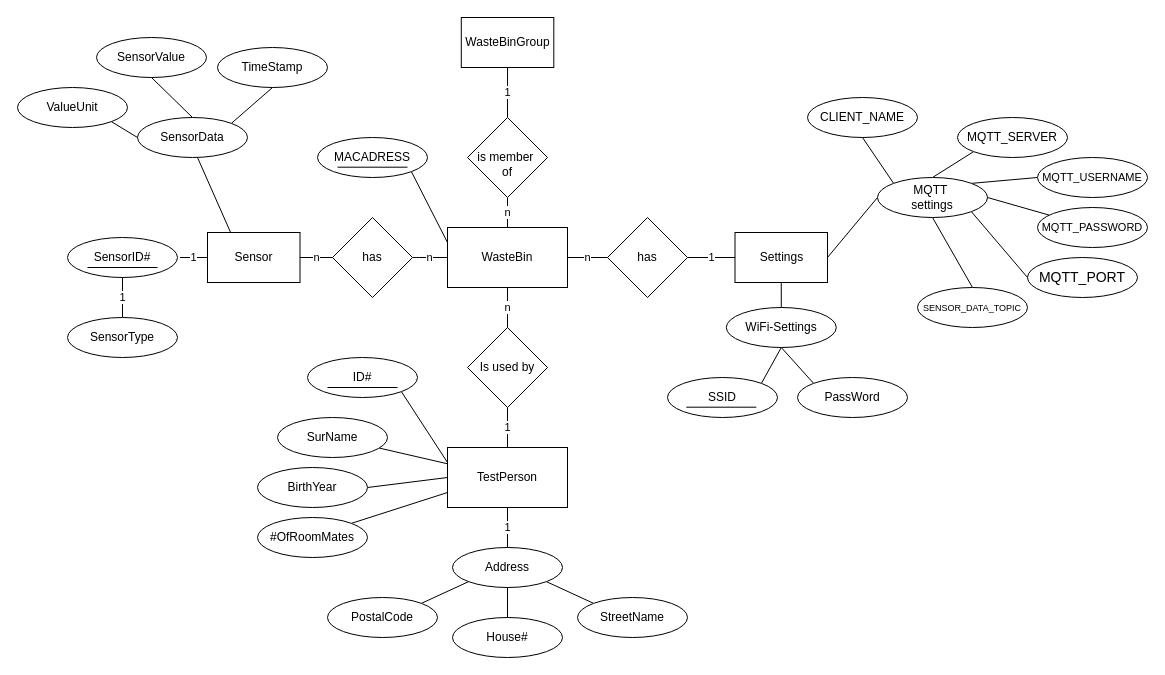
This is WasteBinDBER.drawio from Casperdroid5/IoT-WasteBin-prototype, a draw.io file, before an edit. Source tidied: cells renumbered, new cells numbered last; positions are measured from the earlier drawing's top-left corner, leaving out a move shared by most shapes. Both pictures are drawn from the tidied source at 100%, with x=0, y=0 at pixel (17, 17).
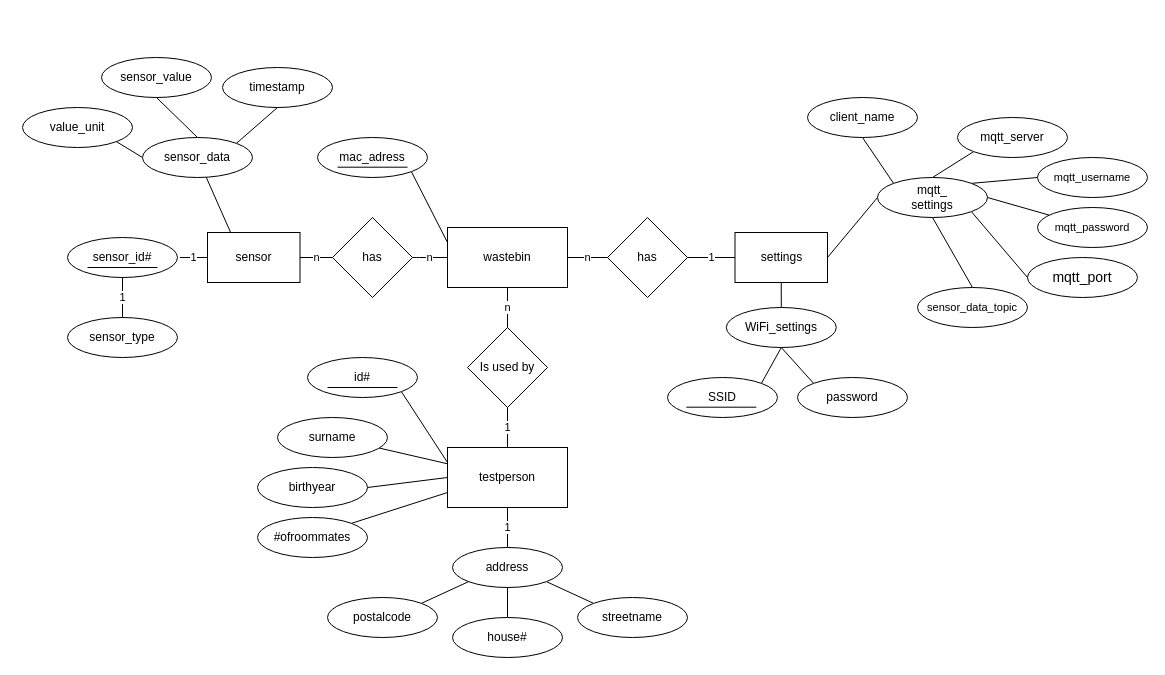
The same diagram, later.

Commit message (it also covers changes not shown here):
changed database to new draw.io design

What changed in the source:
```diff
@@
-    <mxCell id="2" value="n" style="edgeStyle=none;html=1;exitX=0.5;exitY=0;exitDx=0;exitDy=0;entryX=0.5;entryY=1;entryDx=0;entryDy=0;endArrow=none;endFill=0;" parent="1" edge="1" source="5" target="7">
-      <mxGeometry x="0.01" relative="1" as="geometry" />
-    </mxCell>
@@
-    <mxCell id="5" value="WasteBin" style="rounded=0;whiteSpace=wrap;html=1;" parent="1" vertex="1">
+    <mxCell id="5" value="wastebin" style="rounded=0;whiteSpace=wrap;html=1;" parent="1" vertex="1">
       <mxGeometry x="430" y="210" width="120" height="60" as="geometry" />
     </mxCell>
-    <mxCell id="6" value="1" style="edgeStyle=none;html=1;exitX=0.5;exitY=0;exitDx=0;exitDy=0;entryX=0.5;entryY=1;entryDx=0;entryDy=0;endArrow=none;endFill=0;" parent="1" edge="1" source="7" target="53">
-      <mxGeometry relative="1" as="geometry" />
-    </mxCell>
-    <mxCell id="7" value="&amp;nbsp;&lt;br&gt;is member&amp;nbsp;&lt;br&gt;of" style="rhombus;whiteSpace=wrap;html=1;" parent="1" vertex="1">
-      <mxGeometry x="450" y="100" width="80" height="80" as="geometry" />
-    </mxCell>
@@
-    <mxCell id="9" value="MACADRESS" style="ellipse;whiteSpace=wrap;html=1;" parent="1" vertex="1">
+    <mxCell id="9" value="mac_adress" style="ellipse;whiteSpace=wrap;html=1;" parent="1" vertex="1">
       <mxGeometry x="300" y="120" width="110" height="40" as="geometry" />
     </mxCell>
@@
-    <mxCell id="11" value="CLIENT_NAME" style="ellipse;whiteSpace=wrap;html=1;" parent="1" vertex="1">
+    <mxCell id="11" value="client_name" style="ellipse;whiteSpace=wrap;html=1;" parent="1" vertex="1">
       <mxGeometry x="790" y="80" width="110" height="40" as="geometry" />
     </mxCell>
@@
-    <mxCell id="15" value="TestPerson" style="rounded=0;whiteSpace=wrap;html=1;" parent="1" vertex="1">
+    <mxCell id="15" value="testperson" style="rounded=0;whiteSpace=wrap;html=1;" parent="1" vertex="1">
       <mxGeometry x="430" y="430" width="120" height="60" as="geometry" />
     </mxCell>
-    <mxCell id="16" value="ID#" style="ellipse;whiteSpace=wrap;html=1;" parent="1" vertex="1">
+    <mxCell id="16" value="id#" style="ellipse;whiteSpace=wrap;html=1;" parent="1" vertex="1">
       <mxGeometry x="290" y="340" width="110" height="40" as="geometry" />
     </mxCell>
@@
-    <mxCell id="18" value="SurName" style="ellipse;whiteSpace=wrap;html=1;" parent="1" vertex="1">
+    <mxCell id="18" value="surname" style="ellipse;whiteSpace=wrap;html=1;" parent="1" vertex="1">
       <mxGeometry x="260" y="400" width="110" height="40" as="geometry" />
     </mxCell>
@@
-    <mxCell id="20" value="BirthYear" style="ellipse;whiteSpace=wrap;html=1;" parent="1" vertex="1">
+    <mxCell id="20" value="birthyear" style="ellipse;whiteSpace=wrap;html=1;" parent="1" vertex="1">
       <mxGeometry x="240" y="450" width="110" height="40" as="geometry" />
     </mxCell>
@@
-    <mxCell id="22" value="#OfRoomMates" style="ellipse;whiteSpace=wrap;html=1;" parent="1" vertex="1">
+    <mxCell id="22" value="#ofroommates" style="ellipse;whiteSpace=wrap;html=1;" parent="1" vertex="1">
       <mxGeometry x="240" y="500" width="110" height="40" as="geometry" />
     </mxCell>
@@
-    <mxCell id="24" value="StreetName" style="ellipse;whiteSpace=wrap;html=1;" parent="1" vertex="1">
+    <mxCell id="24" value="streetname" style="ellipse;whiteSpace=wrap;html=1;" parent="1" vertex="1">
       <mxGeometry x="560" y="580" width="110" height="40" as="geometry" />
     </mxCell>
@@
-    <mxCell id="26" value="Address" style="ellipse;whiteSpace=wrap;html=1;" parent="1" vertex="1">
+    <mxCell id="26" value="address" style="ellipse;whiteSpace=wrap;html=1;" parent="1" vertex="1">
       <mxGeometry x="435" y="530" width="110" height="40" as="geometry" />
     </mxCell>
@@
-    <mxCell id="28" value="House#" style="ellipse;whiteSpace=wrap;html=1;" parent="1" vertex="1">
+    <mxCell id="28" value="house#" style="ellipse;whiteSpace=wrap;html=1;" parent="1" vertex="1">
       <mxGeometry x="435" y="600" width="110" height="40" as="geometry" />
     </mxCell>
@@
-    <mxCell id="30" value="PostalCode" style="ellipse;whiteSpace=wrap;html=1;" parent="1" vertex="1">
+    <mxCell id="30" value="postalcode" style="ellipse;whiteSpace=wrap;html=1;" parent="1" vertex="1">
       <mxGeometry x="310" y="580" width="110" height="40" as="geometry" />
     </mxCell>
@@
-    <mxCell id="36" value="MQTT&amp;nbsp;&lt;br&gt;settings" style="ellipse;whiteSpace=wrap;html=1;" parent="1" vertex="1">
+    <mxCell id="36" value="mqtt_&lt;br&gt;settings" style="ellipse;whiteSpace=wrap;html=1;" parent="1" vertex="1">
       <mxGeometry x="860" y="160" width="110" height="40" as="geometry" />
     </mxCell>
@@
-    <mxCell id="40" value="MQTT_SERVER" style="ellipse;whiteSpace=wrap;html=1;" parent="1" vertex="1">
+    <mxCell id="40" value="mqtt_server" style="ellipse;whiteSpace=wrap;html=1;" parent="1" vertex="1">
       <mxGeometry x="940" y="100" width="110" height="40" as="geometry" />
     </mxCell>
-    <mxCell id="41" value="&lt;font style=&quot;font-size: 11px;&quot;&gt;MQTT_USERNAME&lt;/font&gt;" style="ellipse;whiteSpace=wrap;html=1;" parent="1" vertex="1">
+    <mxCell id="41" value="&lt;font style=&quot;font-size: 11px;&quot;&gt;mqtt_username&lt;/font&gt;" style="ellipse;whiteSpace=wrap;html=1;" parent="1" vertex="1">
       <mxGeometry x="1020" y="140" width="110" height="40" as="geometry" />
     </mxCell>
@@
-    <mxCell id="43" value="&lt;font style=&quot;font-size: 11px;&quot;&gt;MQTT_PASSWORD&lt;/font&gt;" style="ellipse;whiteSpace=wrap;html=1;" parent="1" vertex="1">
+    <mxCell id="43" value="&lt;span style=&quot;font-size: 11px;&quot;&gt;mqtt_password&lt;/span&gt;" style="ellipse;whiteSpace=wrap;html=1;" parent="1" vertex="1">
       <mxGeometry x="1020" y="190" width="110" height="40" as="geometry" />
     </mxCell>
-    <mxCell id="44" value="&lt;font style=&quot;font-size: 14px;&quot;&gt;MQTT_PORT&lt;/font&gt;" style="ellipse;whiteSpace=wrap;html=1;" parent="1" vertex="1">
+    <mxCell id="44" value="&lt;font style=&quot;font-size: 14px;&quot;&gt;mqtt_port&lt;/font&gt;" style="ellipse;whiteSpace=wrap;html=1;" parent="1" vertex="1">
       <mxGeometry x="1010" y="240" width="110" height="40" as="geometry" />
     </mxCell>
-    <mxCell id="45" value="&lt;font style=&quot;font-size: 9px;&quot;&gt;SENSOR_DATA_TOPIC&lt;/font&gt;" style="ellipse;whiteSpace=wrap;html=1;" parent="1" vertex="1">
+    <mxCell id="45" value="&lt;font style=&quot;font-size: 11px;&quot;&gt;sensor_data_topic&lt;/font&gt;" style="ellipse;whiteSpace=wrap;html=1;" parent="1" vertex="1">
       <mxGeometry x="900" y="270" width="110" height="40" as="geometry" />
     </mxCell>
@@
-    <mxCell id="49" value="PassWord" style="ellipse;whiteSpace=wrap;html=1;" parent="1" vertex="1">
+    <mxCell id="49" value="password" style="ellipse;whiteSpace=wrap;html=1;" parent="1" vertex="1">
       <mxGeometry x="780" y="360" width="110" height="40" as="geometry" />
     </mxCell>
@@
-    <mxCell id="51" value="Settings" style="rounded=0;whiteSpace=wrap;html=1;" parent="1" vertex="1">
+    <mxCell id="51" value="settings" style="rounded=0;whiteSpace=wrap;html=1;" parent="1" vertex="1">
       <mxGeometry x="717.5" y="215" width="92.5" height="50" as="geometry" />
     </mxCell>
-    <mxCell id="52" value="WiFi-Settings" style="ellipse;whiteSpace=wrap;html=1;" parent="1" vertex="1">
+    <mxCell id="52" value="WiFi_settings" style="ellipse;whiteSpace=wrap;html=1;" parent="1" vertex="1">
       <mxGeometry x="708.8" y="290" width="110" height="40" as="geometry" />
     </mxCell>
-    <mxCell id="53" value="WasteBinGroup" style="rounded=0;whiteSpace=wrap;html=1;" parent="1" vertex="1">
-      <mxGeometry x="443.8" width="92.5" height="50" as="geometry" />
-    </mxCell>
@@
-    <mxCell id="59" value="Sensor" style="rounded=0;whiteSpace=wrap;html=1;" parent="1" vertex="1">
+    <mxCell id="59" value="sensor" style="rounded=0;whiteSpace=wrap;html=1;" parent="1" vertex="1">
       <mxGeometry x="190" y="215" width="92.5" height="50" as="geometry" />
     </mxCell>
-    <mxCell id="60" value="SensorID#" style="ellipse;whiteSpace=wrap;html=1;" parent="1" vertex="1">
+    <mxCell id="60" value="sensor_id#" style="ellipse;whiteSpace=wrap;html=1;" parent="1" vertex="1">
       <mxGeometry x="50" y="220" width="110" height="40" as="geometry" />
     </mxCell>
@@
-    <mxCell id="63" value="SensorType" style="ellipse;whiteSpace=wrap;html=1;" parent="1" vertex="1">
+    <mxCell id="63" value="sensor_type" style="ellipse;whiteSpace=wrap;html=1;" parent="1" vertex="1">
       <mxGeometry x="50" y="300" width="110" height="40" as="geometry" />
     </mxCell>
-    <mxCell id="64" value="SensorValue" style="ellipse;whiteSpace=wrap;html=1;" parent="1" vertex="1">
-      <mxGeometry x="79" y="20" width="110" height="40" as="geometry" />
+    <mxCell id="64" value="sensor_value" style="ellipse;whiteSpace=wrap;html=1;" parent="1" vertex="1">
+      <mxGeometry x="84" y="40" width="110" height="40" as="geometry" />
     </mxCell>
-    <mxCell id="65" value="ValueUnit" style="ellipse;whiteSpace=wrap;html=1;" parent="1" vertex="1">
-      <mxGeometry y="70" width="110" height="40" as="geometry" />
+    <mxCell id="65" value="value_unit" style="ellipse;whiteSpace=wrap;html=1;" parent="1" vertex="1">
+      <mxGeometry x="5" y="90" width="110" height="40" as="geometry" />
     </mxCell>
-    <mxCell id="66" value="TimeStamp" style="ellipse;whiteSpace=wrap;html=1;" parent="1" vertex="1">
-      <mxGeometry x="200" y="30" width="110" height="40" as="geometry" />
+    <mxCell id="66" value="timestamp" style="ellipse;whiteSpace=wrap;html=1;" parent="1" vertex="1">
+      <mxGeometry x="205" y="50" width="110" height="40" as="geometry" />
     </mxCell>
@@
-    <mxCell id="70" value="SensorData" style="ellipse;whiteSpace=wrap;html=1;" parent="1" vertex="1">
-      <mxGeometry x="120" y="100" width="110" height="40" as="geometry" />
+    <mxCell id="70" value="sensor_data" style="ellipse;whiteSpace=wrap;html=1;" parent="1" vertex="1">
+      <mxGeometry x="125" y="120" width="110" height="40" as="geometry" />
     </mxCell>
```
